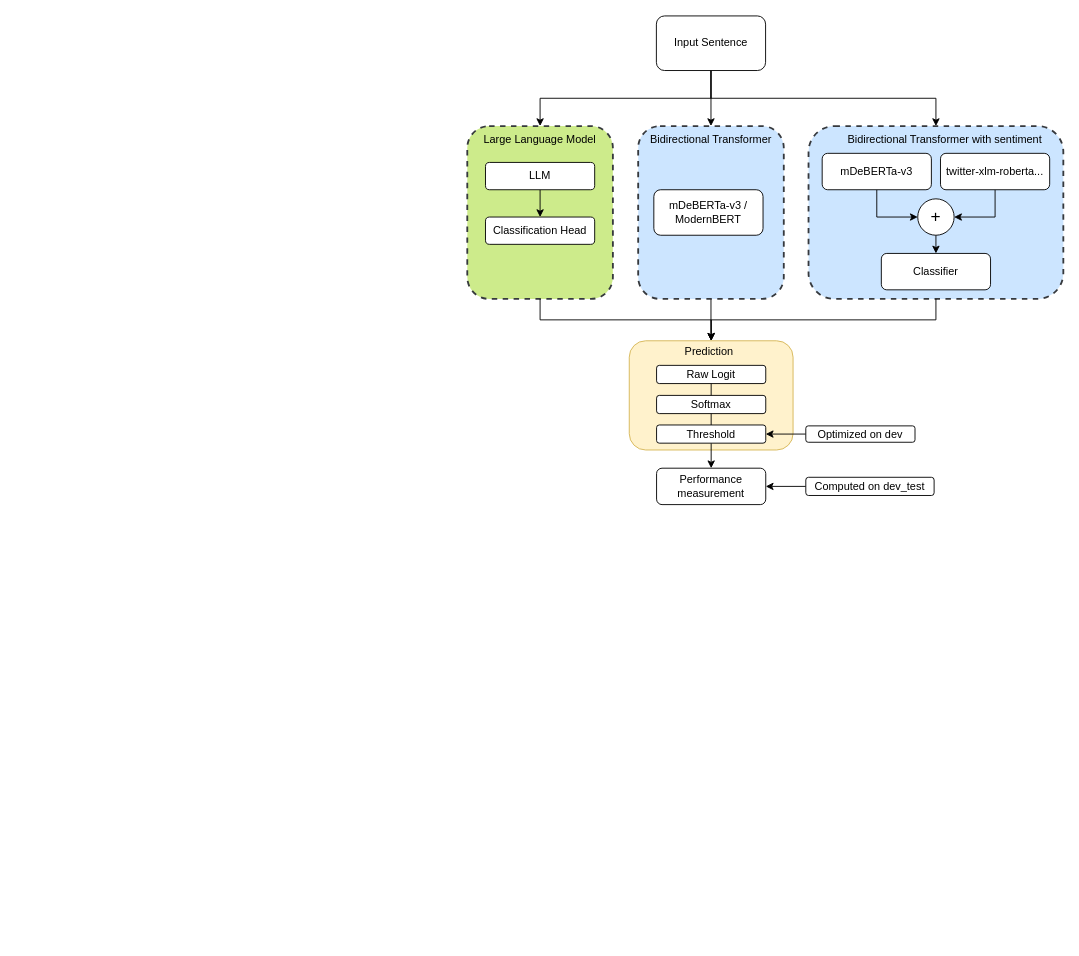
Above: model_pipeline_schema.drawio in MatteoFasulo/clef2025-checkthat (draw.io), before the change. Source tidied: cells renumbered, new cells numbered last; positions are measured from the earlier drawing's top-left corner, leaving out a move shared by most shapes. Both pictures are drawn from the tidied source at 91%, with x=0, y=0 at pixel (467, 15).
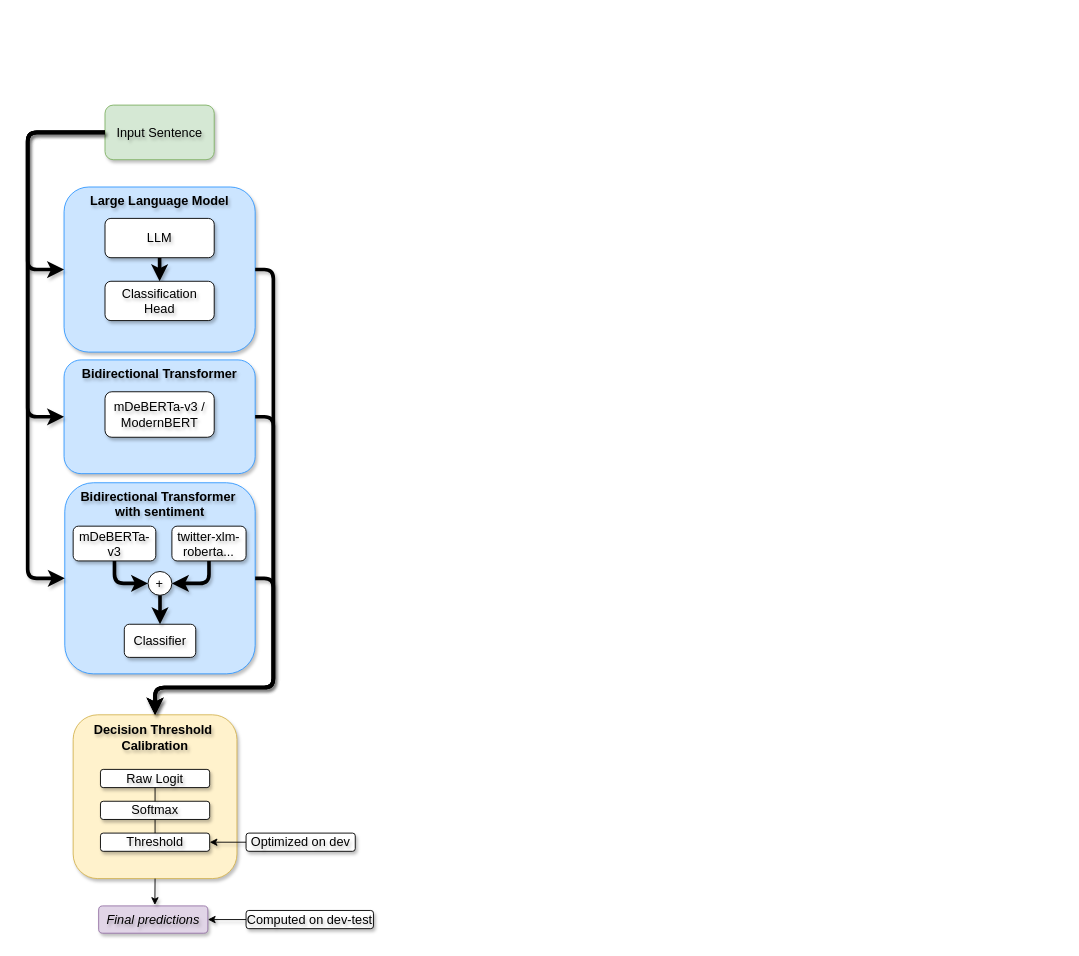
Above is the later version.

Diff of the diagram source:
```diff
@@
-    <mxCell id="2" style="rounded=1;whiteSpace=wrap;html=1;dashed=1;fillColor=#cdeb8b;strokeWidth=2;strokeColor=#36393d;" parent="1" vertex="1">
-      <mxGeometry y="121" width="160" height="190" as="geometry" />
-    </mxCell>
-    <mxCell id="3" style="rounded=1;whiteSpace=wrap;html=1;dashed=1;fillColor=#cce5ff;strokeWidth=2;strokeColor=#36393d;" parent="1" vertex="1">
-      <mxGeometry x="375" y="121" width="280" height="190" as="geometry" />
-    </mxCell>
-    <mxCell id="4" style="edgeStyle=orthogonalEdgeStyle;rounded=0;jettySize=auto;html=1;exitX=0.5;exitY=1;exitDx=0;exitDy=0;entryX=0.5;entryY=0;entryDx=0;entryDy=0;" parent="1" edge="1" source="3" target="7">
-      <mxGeometry relative="1" as="geometry" />
-    </mxCell>
-    <mxCell id="5" style="edgeStyle=orthogonalEdgeStyle;rounded=0;jettySize=auto;html=1;exitX=0.5;exitY=1;exitDx=0;exitDy=0;entryX=0.5;entryY=0;entryDx=0;entryDy=0;" parent="1" edge="1" source="6" target="7">
-      <mxGeometry relative="1" as="geometry" />
-    </mxCell>
-    <mxCell id="6" style="rounded=1;whiteSpace=wrap;html=1;dashed=1;fillColor=#cce5ff;strokeWidth=2;strokeColor=#36393d;" parent="1" vertex="1">
-      <mxGeometry x="187.8" y="121" width="160" height="190" as="geometry" />
-    </mxCell>
-    <mxCell id="7" style="rounded=1;whiteSpace=wrap;html=1;fillColor=#fff2cc;strokeColor=#d6b656;" parent="1" vertex="1">
-      <mxGeometry x="178" y="357" width="180" height="120" as="geometry" />
-    </mxCell>
-    <mxCell id="8" style="edgeStyle=orthogonalEdgeStyle;rounded=0;jettySize=auto;html=1;exitX=0.5;exitY=1;exitDx=0;exitDy=0;entryX=0.5;entryY=0;entryDx=0;entryDy=0;" parent="1" edge="1" source="11" target="3">
-      <mxGeometry relative="1" as="geometry" />
-    </mxCell>
-    <mxCell id="9" style="edgeStyle=orthogonalEdgeStyle;rounded=0;jettySize=auto;html=1;exitX=0.5;exitY=1;exitDx=0;exitDy=0;" parent="1" edge="1" source="11" target="6">
-      <mxGeometry relative="1" as="geometry" />
-    </mxCell>
-    <mxCell id="10" style="edgeStyle=orthogonalEdgeStyle;rounded=0;jettySize=auto;html=1;exitX=0.5;exitY=1;exitDx=0;exitDy=0;entryX=0.5;entryY=0;entryDx=0;entryDy=0;" parent="1" edge="1" source="11" target="2">
-      <mxGeometry relative="1" as="geometry" />
-    </mxCell>
-    <mxCell id="11" value="Input Sentence" style="rounded=1;whiteSpace=wrap;html=1;" parent="1" vertex="1">
-      <mxGeometry x="207.8" width="120" height="60" as="geometry" />
+    <mxCell id="11" value="Input Sentence" style="rounded=1;html=1;glass=0;shadow=1;align=center;verticalAlign=middle;fontFamily=Helvetica;fontSize=14;fillColor=#d5e8d4;strokeColor=#82b366;textShadow=1;whiteSpace=wrap;" parent="1" vertex="1">
+      <mxGeometry x="-398.1" y="98" width="120" height="60" as="geometry" />
     </mxCell>
-    <mxCell id="12" style="edgeStyle=orthogonalEdgeStyle;rounded=0;jettySize=auto;html=1;exitX=0.5;exitY=1;exitDx=0;exitDy=0;entryX=0;entryY=0.5;entryDx=0;entryDy=0;" parent="1" edge="1" source="13" target="27">
-      <mxGeometry relative="1" as="geometry" />
-    </mxCell>
-    <mxCell id="13" value="mDeBERTa-v3" style="rounded=1;whiteSpace=wrap;html=1;glass=0;" parent="1" vertex="1">
-      <mxGeometry x="390" y="151" width="120" height="40" as="geometry" />
-    </mxCell>
-    <mxCell id="14" style="edgeStyle=orthogonalEdgeStyle;rounded=0;jettySize=auto;html=1;exitX=0.5;exitY=1;exitDx=0;exitDy=0;entryX=1;entryY=0.5;entryDx=0;entryDy=0;" parent="1" edge="1" source="15" target="27">
-      <mxGeometry relative="1" as="geometry" />
-    </mxCell>
-    <mxCell id="15" value="twitter-xlm-roberta..." style="rounded=1;whiteSpace=wrap;html=1;glass=0;" parent="1" vertex="1">
-      <mxGeometry x="520" y="151" width="120" height="40" as="geometry" />
-    </mxCell>
+    <mxCell id="39" style="group;textShadow=1;whiteSpace=wrap;fontSize=14;" parent="1" vertex="1">
+      <mxGeometry x="-443.1" y="188" width="210" height="190" as="geometry" />
+    </mxCell>
+    <mxCell id="31" value="&lt;span style=&quot;font-style: normal;&quot;&gt;&lt;b&gt;&lt;font&gt;Large Language Model&lt;/font&gt;&lt;/b&gt;&lt;/span&gt;" style="rounded=1;html=1;fillColor=#CCE5FF;strokeColor=#3399FF;fontSize=14;fontStyle=2;shadow=1;textShadow=1;labelPosition=center;verticalLabelPosition=middle;align=center;verticalAlign=top;whiteSpace=wrap;" parent="39" vertex="1">
+      <mxGeometry width="210" height="181.4" as="geometry" />
+    </mxCell>
-    <mxCell id="16" style="edgeStyle=orthogonalEdgeStyle;rounded=0;jettySize=auto;html=1;exitX=0.5;exitY=1;exitDx=0;exitDy=0;entryX=0.5;entryY=0;entryDx=0;entryDy=0;" parent="1" edge="1" source="17" target="34">
+    <mxCell id="16" style="edgeStyle=orthogonalEdgeStyle;rounded=0;jettySize=auto;html=1;strokeWidth=4;exitX=0.5;exitY=1;exitDx=0;exitDy=0;entryX=0.5;entryY=0;entryDx=0;entryDy=0;shadow=1;textShadow=1;flowAnimation=0;fontSize=14;" parent="39" edge="1" source="17" target="34">
       <mxGeometry relative="1" as="geometry" />
     </mxCell>
-    <mxCell id="17" value="LLM" style="rounded=1;whiteSpace=wrap;html=1;" parent="1" vertex="1">
-      <mxGeometry x="20" y="161" width="120" height="30" as="geometry" />
+    <mxCell id="17" value="&lt;div&gt;LLM&lt;/div&gt;" style="rounded=1;html=1;shadow=1;textShadow=1;whiteSpace=wrap;fontSize=14;" parent="39" vertex="1">
+      <mxGeometry x="45" y="34.5" width="120" height="43.2" as="geometry" />
     </mxCell>
-    <mxCell id="18" value="Classifier" style="rounded=1;whiteSpace=wrap;html=1;glass=0;" parent="1" vertex="1">
-      <mxGeometry x="455" y="261" width="120" height="40" as="geometry" />
-    </mxCell>
+    <mxCell id="34" value="Classification Head" style="rounded=1;html=1;shadow=1;textShadow=1;whiteSpace=wrap;fontSize=14;" parent="39" vertex="1">
+      <mxGeometry x="45" y="103.6" width="120" height="43.2" as="geometry" />
+    </mxCell>
+    <mxCell id="40" style="group;textShadow=1;whiteSpace=wrap;fontSize=14;" parent="1" vertex="1">
+      <mxGeometry x="-433.1" y="768" width="340" height="190" as="geometry" />
+    </mxCell>
+    <mxCell id="7" style="rounded=1;html=1;fillColor=#fff2cc;strokeColor=#d6b656;shadow=1;textShadow=1;whiteSpace=wrap;fontSize=14;" parent="40" vertex="1">
+      <mxGeometry width="180" height="180" as="geometry" />
+    </mxCell>
-    <mxCell id="19" value="Raw Logit" style="rounded=1;whiteSpace=wrap;html=1;" parent="1" vertex="1">
-      <mxGeometry x="208" y="384" width="120" height="20" as="geometry" />
+    <mxCell id="19" value="Raw Logit" style="rounded=1;html=1;shadow=1;textShadow=1;whiteSpace=wrap;fontSize=14;" parent="40" vertex="1">
+      <mxGeometry x="30" y="60" width="120" height="20" as="geometry" />
     </mxCell>
-    <mxCell id="20" value="Softmax" style="rounded=1;whiteSpace=wrap;html=1;" parent="1" vertex="1">
-      <mxGeometry x="208" y="417" width="120" height="20" as="geometry" />
+    <mxCell id="20" value="Softmax" style="rounded=1;html=1;shadow=1;textShadow=1;whiteSpace=wrap;fontSize=14;" parent="40" vertex="1">
+      <mxGeometry x="30" y="95" width="120" height="20" as="geometry" />
     </mxCell>
-    <mxCell id="21" style="edgeStyle=orthogonalEdgeStyle;rounded=0;jettySize=auto;html=1;exitX=0.5;exitY=1;exitDx=0;exitDy=0;entryX=0.5;entryY=0;entryDx=0;entryDy=0;" parent="1" edge="1" source="22" target="23">
-      <mxGeometry relative="1" as="geometry" />
-    </mxCell>
-    <mxCell id="22" value="&lt;div&gt;Threshold &lt;br&gt;&lt;/div&gt;" style="rounded=1;whiteSpace=wrap;html=1;" parent="1" vertex="1">
-      <mxGeometry x="208" y="449.5" width="120" height="20" as="geometry" />
+    <mxCell id="22" value="&lt;div&gt;Threshold &lt;br&gt;&lt;/div&gt;" style="rounded=1;html=1;shadow=1;textShadow=1;whiteSpace=wrap;fontSize=14;" parent="40" vertex="1">
+      <mxGeometry x="30" y="130" width="120" height="20" as="geometry" />
     </mxCell>
-    <mxCell id="23" value="&lt;div&gt;Performance &lt;br&gt;&lt;/div&gt;&lt;div&gt;measurement&lt;/div&gt;" style="rounded=1;whiteSpace=wrap;html=1;" parent="1" vertex="1">
-      <mxGeometry x="208" y="497" width="120" height="40" as="geometry" />
-    </mxCell>
-    <mxCell id="24" style="edgeStyle=orthogonalEdgeStyle;rounded=0;jettySize=auto;html=1;exitX=0;exitY=0.5;exitDx=0;exitDy=0;entryX=1;entryY=0.5;entryDx=0;entryDy=0;" parent="1" edge="1" source="25" target="22">
+    <mxCell id="24" style="edgeStyle=orthogonalEdgeStyle;rounded=1;jettySize=auto;html=1;exitX=0;exitY=0.5;exitDx=0;exitDy=0;entryX=1;entryY=0.5;entryDx=0;entryDy=0;shadow=1;curved=0;textShadow=1;fontSize=14;" parent="40" edge="1" source="25" target="22">
       <mxGeometry relative="1" as="geometry" />
     </mxCell>
-    <mxCell id="25" value="Optimized on dev" style="rounded=1;whiteSpace=wrap;html=1;" parent="1" vertex="1">
-      <mxGeometry x="372" y="450.5" width="120" height="18" as="geometry" />
+    <mxCell id="25" value="Optimized on dev" style="rounded=1;html=1;shadow=1;textShadow=1;whiteSpace=wrap;fontSize=14;" parent="40" vertex="1">
+      <mxGeometry x="190" y="130" width="120" height="20" as="geometry" />
     </mxCell>
-    <mxCell id="26" style="edgeStyle=orthogonalEdgeStyle;rounded=0;jettySize=auto;html=1;exitX=0.5;exitY=1;exitDx=0;exitDy=0;entryX=0.5;entryY=0;entryDx=0;entryDy=0;" parent="1" edge="1" source="27" target="18">
-      <mxGeometry relative="1" as="geometry" />
-    </mxCell>
-    <mxCell id="27" value="&lt;font style=&quot;font-size: 19px;&quot;&gt;+&lt;/font&gt;" style="ellipse;whiteSpace=wrap;html=1;" parent="1" vertex="1">
-      <mxGeometry x="495" y="201" width="40" height="40" as="geometry" />
-    </mxCell>
-    <mxCell id="28" value="Bidirectional Transformer with sentiment" style="text;html=1;align=center;verticalAlign=middle;whiteSpace=wrap;rounded=0;" parent="1" vertex="1">
-      <mxGeometry x="415" y="121" width="220" height="30" as="geometry" />
-    </mxCell>
+    <mxCell id="35" style="endArrow=none;html=1;rounded=0;entryX=0.5;entryY=1;entryDx=0;entryDy=0;exitX=0.5;exitY=0;exitDx=0;exitDy=0;shadow=1;textShadow=1;fontSize=14;" parent="40" edge="1" source="20" target="19">
+      <mxGeometry relative="1" as="geometry" />
+    </mxCell>
+    <mxCell id="38" style="endArrow=none;html=1;rounded=0;exitX=0.5;exitY=0;exitDx=0;exitDy=0;entryX=0.5;entryY=1;entryDx=0;entryDy=0;shadow=1;textShadow=1;fontSize=14;" parent="40" edge="1" source="22" target="20">
+      <mxGeometry relative="1" as="geometry" />
+    </mxCell>
-    <mxCell id="29" value="Prediction" style="text;html=1;align=center;verticalAlign=middle;whiteSpace=wrap;rounded=0;" parent="1" vertex="1">
-      <mxGeometry x="235.5" y="354" width="60" height="30" as="geometry" />
+    <mxCell id="29" value="&lt;b&gt;&lt;font&gt;Decision Threshold&amp;nbsp; Calibration&lt;/font&gt;&lt;/b&gt;" style="text;html=1;align=center;verticalAlign=middle;rounded=0;shadow=1;textShadow=1;whiteSpace=wrap;fontSize=14;" parent="40" vertex="1">
+      <mxGeometry x="20" y="10" width="140" height="30" as="geometry" />
     </mxCell>
-    <mxCell id="30" value="Bidirectional Transformer" style="text;html=1;align=center;verticalAlign=middle;whiteSpace=wrap;rounded=0;" parent="1" vertex="1">
-      <mxGeometry x="187.8" y="131" width="160" height="10" as="geometry" />
-    </mxCell>
-    <mxCell id="31" value="Large Language Model" style="text;html=1;align=center;verticalAlign=middle;whiteSpace=wrap;rounded=0;" parent="1" vertex="1">
-      <mxGeometry x="15" y="126" width="130" height="20" as="geometry" />
-    </mxCell>
+    <mxCell id="23" value="&lt;div&gt;&lt;i&gt;&lt;font&gt;Final predictions&lt;/font&gt;&lt;/i&gt;&lt;/div&gt;" style="rounded=1;html=1;shadow=1;strokeColor=#9673A6;align=center;verticalAlign=top;fontFamily=Helvetica;fontSize=14;fontColor=default;fontStyle=2;fillColor=#e1d5e7;textShadow=1;whiteSpace=wrap;" parent="1" vertex="1">
+      <mxGeometry x="-405.1" y="978" width="120" height="30" as="geometry" />
+    </mxCell>
-    <mxCell id="32" style="edgeStyle=orthogonalEdgeStyle;rounded=0;jettySize=auto;html=1;exitX=0;exitY=0.5;exitDx=0;exitDy=0;entryX=1;entryY=0.5;entryDx=0;entryDy=0;" parent="1" edge="1" source="33" target="23">
+    <mxCell id="32" style="edgeStyle=orthogonalEdgeStyle;rounded=1;jettySize=auto;html=1;exitX=0;exitY=0.5;exitDx=0;exitDy=0;entryX=1;entryY=0.5;entryDx=0;entryDy=0;shadow=1;curved=0;textShadow=1;fontSize=14;" parent="1" edge="1" source="33" target="23">
       <mxGeometry relative="1" as="geometry" />
     </mxCell>
-    <mxCell id="33" value="Computed on dev_test" style="rounded=1;whiteSpace=wrap;html=1;" parent="1" vertex="1">
-      <mxGeometry x="372" y="507" width="141" height="20" as="geometry" />
+    <mxCell id="33" value="Computed on dev-test" style="rounded=1;html=1;shadow=1;textShadow=1;whiteSpace=wrap;fontSize=14;" parent="1" vertex="1">
+      <mxGeometry x="-243.1" y="983" width="140" height="20" as="geometry" />
     </mxCell>
-    <mxCell id="34" value="Classification Head" style="rounded=1;whiteSpace=wrap;html=1;" parent="1" vertex="1">
-      <mxGeometry x="20" y="221" width="120" height="30" as="geometry" />
-    </mxCell>
-    <mxCell id="35" style="endArrow=none;html=1;rounded=0;entryX=0.5;entryY=1;entryDx=0;entryDy=0;exitX=0.5;exitY=0;exitDx=0;exitDy=0;" parent="1" edge="1" source="20" target="19">
-      <mxGeometry relative="1" as="geometry" />
-    </mxCell>
+    <mxCell id="41" style="edgeStyle=orthogonalEdgeStyle;rounded=0;jettySize=auto;html=1;exitX=0.5;exitY=1;exitDx=0;exitDy=0;entryX=0.515;entryY=-0.035;entryDx=0;entryDy=0;shadow=1;curved=0;textShadow=1;fontSize=14;entryPerimeter=0;" parent="1" edge="1" source="7" target="23">
+      <mxGeometry relative="1" as="geometry" />
+    </mxCell>
+    <mxCell id="30" value="&lt;span style=&quot;font-style: normal;&quot;&gt;&lt;b&gt;&lt;font&gt;Bidirectional Transformer&lt;/font&gt;&lt;/b&gt;&lt;/span&gt;" style="rounded=1;html=1;fillColor=#CCE5FF;strokeColor=#3399FF;fontSize=14;fontStyle=2;shadow=1;textShadow=1;labelPosition=center;verticalLabelPosition=middle;align=center;verticalAlign=top;whiteSpace=wrap;" parent="1" vertex="1">
+      <mxGeometry x="-443.1" y="378" width="210" height="125" as="geometry" />
+    </mxCell>
-    <mxCell id="36" value="&lt;div&gt;mDeBERTa-v3 / ModernBERT&lt;/div&gt;" style="rounded=1;whiteSpace=wrap;html=1;" parent="1" vertex="1">
-      <mxGeometry x="205" y="191" width="120" height="50" as="geometry" />
+    <mxCell id="36" value="&lt;div&gt;mDeBERTa-v3 / ModernBERT&lt;/div&gt;" style="rounded=1;html=1;shadow=1;textShadow=1;whiteSpace=wrap;fontSize=14;" parent="1" vertex="1">
+      <mxGeometry x="-398.1" y="413" width="120" height="50" as="geometry" />
     </mxCell>
-    <mxCell id="37" style="edgeStyle=orthogonalEdgeStyle;rounded=0;jettySize=auto;html=1;exitX=0.5;exitY=1;exitDx=0;exitDy=0;entryX=0.5;entryY=0;entryDx=0;entryDy=0;" parent="1" edge="1" source="2" target="7">
-      <mxGeometry relative="1" as="geometry" />
-    </mxCell>
-    <mxCell id="38" style="endArrow=none;html=1;rounded=0;exitX=0.5;exitY=0;exitDx=0;exitDy=0;entryX=0.5;entryY=1;entryDx=0;entryDy=0;" parent="1" edge="1" source="22" target="20">
-      <mxGeometry relative="1" as="geometry" />
-    </mxCell>
+    <mxCell id="28" value="&lt;span style=&quot;font-style: normal;&quot;&gt;&lt;b&gt;&lt;font&gt;Bidirectional Transformer&amp;nbsp;&lt;/font&gt;&lt;/b&gt;&lt;/span&gt;&lt;div&gt;&lt;span style=&quot;font-style: normal;&quot;&gt;&lt;b&gt;&lt;font&gt;with sentiment&lt;/font&gt;&lt;/b&gt;&lt;/span&gt;&lt;/div&gt;" style="rounded=1;html=1;fillColor=#CCE5FF;strokeColor=#3399FF;fontSize=14;fontStyle=2;shadow=1;textShadow=1;labelPosition=center;verticalLabelPosition=middle;align=center;verticalAlign=top;whiteSpace=wrap;" parent="1" vertex="1">
+      <mxGeometry x="-442.3" y="513" width="209.2" height="210" as="geometry" />
+    </mxCell>
+    <mxCell id="18" value="Classifier" style="rounded=1;html=1;glass=0;shadow=1;textShadow=1;whiteSpace=wrap;fontSize=14;" parent="1" vertex="1">
+      <mxGeometry x="-376.9" y="668.5" width="78.5" height="36.4" as="geometry" />
+    </mxCell>
+    <mxCell id="26" style="edgeStyle=orthogonalEdgeStyle;rounded=0;jettySize=auto;html=1;strokeWidth=4;exitX=0.5;exitY=1;exitDx=0;exitDy=0;entryX=0.5;entryY=0;entryDx=0;entryDy=0;shadow=1;textShadow=1;flowAnimation=0;fontSize=14;" parent="1" edge="1" source="27" target="18">
+      <mxGeometry relative="1" as="geometry" />
+    </mxCell>
+    <mxCell id="13" value="mDeBERTa-v3" style="rounded=1;html=1;glass=0;shadow=1;textShadow=1;whiteSpace=wrap;fontSize=14;" parent="1" vertex="1">
+      <mxGeometry x="-433.1" y="560.7" width="90.8" height="38.2" as="geometry" />
+    </mxCell>
+    <mxCell id="15" value="twitter-xlm-roberta..." style="rounded=1;html=1;glass=0;shadow=1;textShadow=1;whiteSpace=wrap;fontSize=14;" parent="1" vertex="1">
+      <mxGeometry x="-324.6" y="560.7" width="81.5" height="38.2" as="geometry" />
+    </mxCell>
+    <mxCell id="27" value="&lt;font&gt;+&lt;/font&gt;" style="ellipse;html=1;shadow=1;textShadow=1;whiteSpace=wrap;fontSize=14;" parent="1" vertex="1">
+      <mxGeometry x="-350.8" y="610.5" width="26.2" height="26.2" as="geometry" />
+    </mxCell>
+    <mxCell id="12" style="edgeStyle=orthogonalEdgeStyle;rounded=1;jettySize=auto;html=1;strokeWidth=4;exitX=0.5;exitY=1;exitDx=0;exitDy=0;entryX=0;entryY=0.5;entryDx=0;entryDy=0;shadow=1;textShadow=1;flowAnimation=0;curved=0;fontSize=14;" parent="1" edge="1" source="13" target="27">
+      <mxGeometry relative="1" as="geometry" />
+    </mxCell>
+    <mxCell id="14" style="edgeStyle=orthogonalEdgeStyle;rounded=1;jettySize=auto;html=1;strokeWidth=4;exitX=0.5;exitY=1;exitDx=0;exitDy=0;entryX=1;entryY=0.5;entryDx=0;entryDy=0;shadow=1;textShadow=1;flowAnimation=0;curved=0;fontSize=14;" parent="1" edge="1" source="15" target="27">
+      <mxGeometry relative="1" as="geometry" />
+    </mxCell>
+    <mxCell id="42" style="edgeStyle=orthogonalEdgeStyle;rounded=1;jettySize=auto;html=1;strokeWidth=4;exitX=0;exitY=0.5;exitDx=0;exitDy=0;entryX=0;entryY=0.5;entryDx=0;entryDy=0;shadow=1;textShadow=1;flowAnimation=0;curved=0;fontSize=14;" parent="1" edge="1" source="11" target="28">
+      <mxGeometry relative="1" as="geometry">
+        <Array as="points">
+          <mxPoint x="-483.1" y="128" />
+          <mxPoint x="-483.1" y="618" />
+        </Array>
+      </mxGeometry>
+    </mxCell>
+    <mxCell id="43" style="edgeStyle=orthogonalEdgeStyle;rounded=1;jettySize=auto;html=1;strokeWidth=4;exitX=0;exitY=0.5;exitDx=0;exitDy=0;entryX=0;entryY=0.5;entryDx=0;entryDy=0;shadow=1;textShadow=1;flowAnimation=0;curved=0;fontSize=14;" parent="1" edge="1" source="11" target="31">
+      <mxGeometry relative="1" as="geometry">
+        <Array as="points">
+          <mxPoint x="-483.1" y="128" />
+          <mxPoint x="-483.1" y="279" />
+        </Array>
+      </mxGeometry>
+    </mxCell>
+    <mxCell id="44" style="edgeStyle=orthogonalEdgeStyle;rounded=1;jettySize=auto;html=1;strokeWidth=4;exitX=0;exitY=0.5;exitDx=0;exitDy=0;entryX=0;entryY=0.5;entryDx=0;entryDy=0;shadow=1;textShadow=1;flowAnimation=0;curved=0;fontSize=14;" parent="1" edge="1" source="11" target="30">
+      <mxGeometry relative="1" as="geometry">
+        <Array as="points">
+          <mxPoint x="-483.1" y="128" />
+          <mxPoint x="-483.1" y="441" />
+        </Array>
+      </mxGeometry>
+    </mxCell>
+    <mxCell id="45" style="edgeStyle=orthogonalEdgeStyle;rounded=1;jettySize=auto;html=1;strokeWidth=4;exitX=1;exitY=0.5;exitDx=0;exitDy=0;entryX=0.5;entryY=0;entryDx=0;entryDy=0;shadow=1;textShadow=1;flowAnimation=0;curved=0;fontSize=14;" parent="1" edge="1" source="31" target="7">
+      <mxGeometry relative="1" as="geometry">
+        <Array as="points">
+          <mxPoint x="-213.1" y="279" />
+          <mxPoint x="-213.1" y="738" />
+          <mxPoint x="-343.1" y="738" />
+        </Array>
+      </mxGeometry>
+    </mxCell>
+    <mxCell id="46" style="edgeStyle=orthogonalEdgeStyle;rounded=1;jettySize=auto;html=1;strokeWidth=4;exitX=1;exitY=0.5;exitDx=0;exitDy=0;entryX=0.5;entryY=0;entryDx=0;entryDy=0;shadow=1;textShadow=1;flowAnimation=0;curved=0;fontSize=14;" parent="1" edge="1" source="30" target="7">
+      <mxGeometry relative="1" as="geometry">
+        <Array as="points">
+          <mxPoint x="-213.1" y="441" />
+          <mxPoint x="-213.1" y="738" />
+          <mxPoint x="-343.1" y="738" />
+        </Array>
+      </mxGeometry>
+    </mxCell>
+    <mxCell id="47" style="edgeStyle=orthogonalEdgeStyle;rounded=1;jettySize=auto;html=1;strokeWidth=4;exitX=1;exitY=0.5;exitDx=0;exitDy=0;entryX=0.5;entryY=0;entryDx=0;entryDy=0;shadow=1;textShadow=1;flowAnimation=0;curved=0;fontSize=14;" parent="1" edge="1" source="28" target="7">
+      <mxGeometry relative="1" as="geometry">
+        <Array as="points">
+          <mxPoint x="-213.1" y="618" />
+          <mxPoint x="-213.1" y="738" />
+          <mxPoint x="-343.1" y="738" />
+        </Array>
+      </mxGeometry>
+    </mxCell>
```
